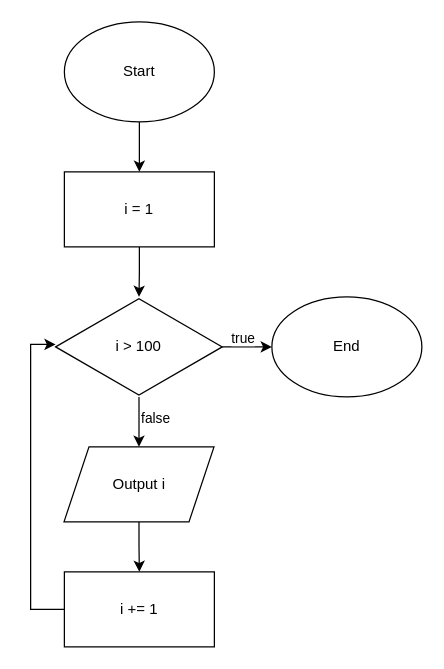
Earlier version of the draw.io diagram page "Bài 7" (8 of 16) of drawio/Exercises_Week3-5.drawio (HerokeyVN/Temp). Source tidied: cells renumbered, new cells numbered last; positions are measured from the earlier drawing's top-left corner, leaving out a move shared by most shapes. Both pictures are drawn from the tidied source at 125%, with x=0, y=0 at pixel (55, 21).
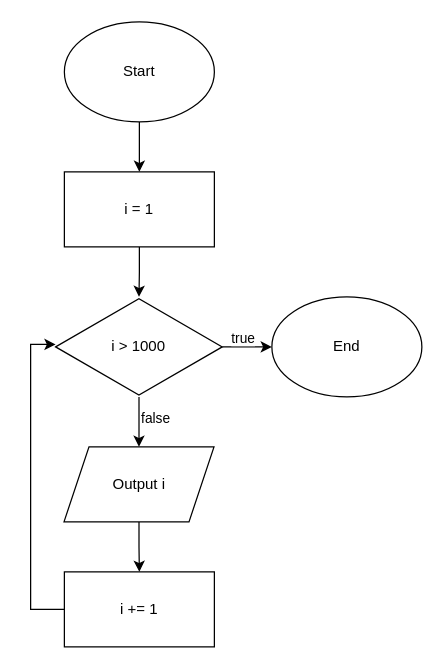
The same diagram, later.

The edit, as a diff of the source:
```diff
@@
 <mxGraphModel>
   <root>
     <mxCell id="0" />
     <mxCell id="1" parent="0" />
     <mxCell id="2" style="edgeStyle=orthogonalEdgeStyle;rounded=0;jettySize=auto;html=1;" parent="1" edge="1" source="3" target="5">
       <mxGeometry relative="1" as="geometry" />
     </mxCell>
     <mxCell id="3" value="Start" style="ellipse;whiteSpace=wrap;html=1;" parent="1" vertex="1">
       <mxGeometry x="7" width="120" height="80" as="geometry" />
     </mxCell>
     <mxCell id="4" style="edgeStyle=orthogonalEdgeStyle;rounded=0;jettySize=auto;html=1;" parent="1" edge="1" source="5" target="10">
       <mxGeometry relative="1" as="geometry" />
     </mxCell>
     <mxCell id="5" value="i = 1" style="whiteSpace=wrap;html=1;" parent="1" vertex="1">
       <mxGeometry x="7" y="120" width="120" height="60" as="geometry" />
     </mxCell>
     <mxCell id="6" style="edgeStyle=orthogonalEdgeStyle;rounded=0;jettySize=auto;html=1;" parent="1" edge="1" source="10" target="12">
       <mxGeometry relative="1" as="geometry" />
     </mxCell>
     <mxCell id="7" value="false" style="edgeLabel;html=1;align=center;verticalAlign=middle;" parent="6" vertex="1">
       <mxGeometry x="-0.2" relative="1" as="geometry">
         <mxPoint x="13" as="offset" />
       </mxGeometry>
     </mxCell>
     <mxCell id="8" style="edgeStyle=orthogonalEdgeStyle;rounded=0;jettySize=auto;html=1;" parent="1" edge="1" source="10" target="15">
       <mxGeometry relative="1" as="geometry" />
     </mxCell>
     <mxCell id="9" value="true" style="edgeLabel;html=1;align=center;verticalAlign=middle;" parent="8" vertex="1">
       <mxGeometry x="0.05" y="-3" relative="1" as="geometry">
         <mxPoint x="-4" y="-11" as="offset" />
       </mxGeometry>
     </mxCell>
-    <mxCell id="10" value="i &amp;gt; 100" style="html=1;whiteSpace=wrap;shape=isoRectangle;" parent="1" vertex="1">
+    <mxCell id="10" value="i &amp;gt; 1000" style="html=1;whiteSpace=wrap;shape=isoRectangle;" parent="1" vertex="1">
       <mxGeometry y="220" width="133.3" height="80" as="geometry" />
     </mxCell>
     <mxCell id="11" style="edgeStyle=orthogonalEdgeStyle;rounded=0;jettySize=auto;html=1;" parent="1" edge="1" source="12" target="13">
       <mxGeometry relative="1" as="geometry" />
     </mxCell>
     <mxCell id="12" value="Output i" style="shape=parallelogram;perimeter=parallelogramPerimeter;whiteSpace=wrap;html=1;fixedSize=1;" parent="1" vertex="1">
       <mxGeometry x="6.7" y="340" width="120" height="60" as="geometry" />
     </mxCell>
     <mxCell id="13" value="i += 1" style="whiteSpace=wrap;html=1;" parent="1" vertex="1">
       <mxGeometry x="7" y="440" width="120" height="60" as="geometry" />
     </mxCell>
     <mxCell id="14" style="edgeStyle=orthogonalEdgeStyle;rounded=0;jettySize=auto;html=1;exitX=0;exitY=0.5;exitDx=0;exitDy=0;entryX=0;entryY=0.475;entryDx=0;entryDy=0;entryPerimeter=0;" parent="1" edge="1" source="13" target="10">
       <mxGeometry relative="1" as="geometry" />
     </mxCell>
     <mxCell id="15" value="End" style="ellipse;whiteSpace=wrap;html=1;" parent="1" vertex="1">
       <mxGeometry x="173" y="220" width="120" height="80" as="geometry" />
     </mxCell>
   </root>
 </mxGraphModel>
```
